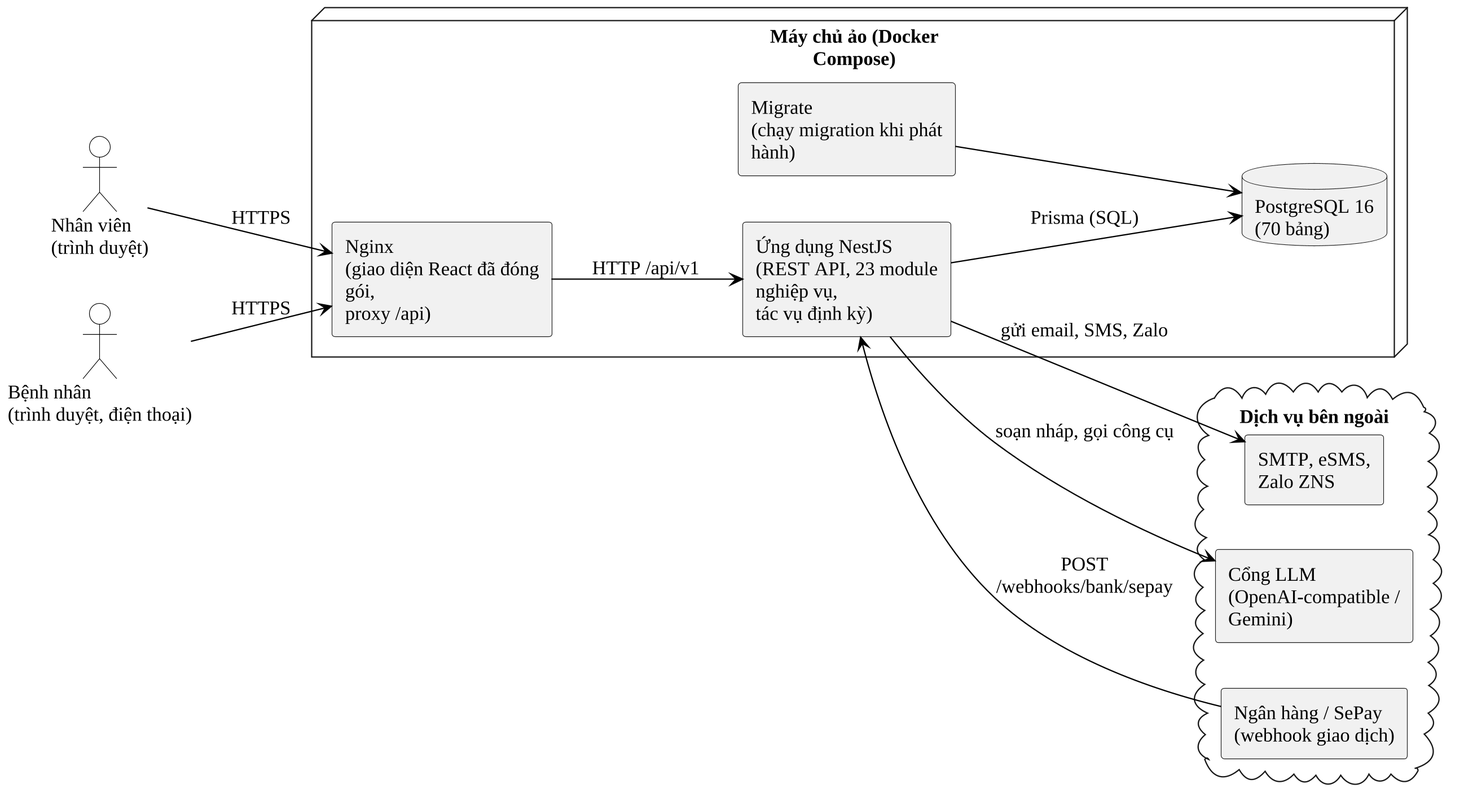
This is docs/10_Thesis/bao-cao/hinh/3-1-kien-truc.png from Trantuan0310/dental-clinic-nestjs-react, a PlantUML export, as it was before one commit.
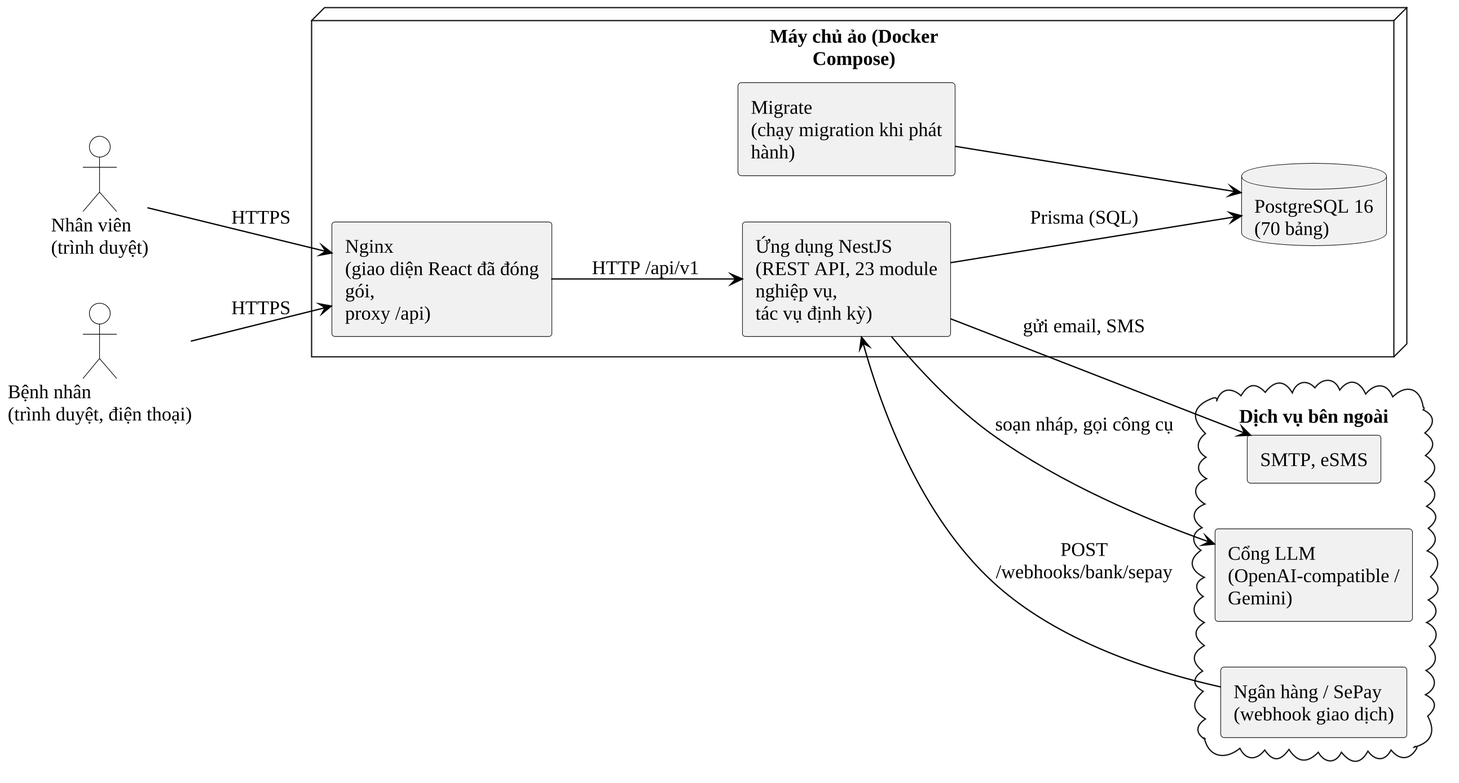
The same diagram one commit later.

Diff of the diagram source:
```diff
@@ -12,7 +12,7 @@
 }
 cloud "Dịch vụ bên ngoài" {
   component "Ngân hàng / SePay\n(webhook giao dịch)" as BANK
-  component "SMTP, eSMS,\nZalo ZNS" as MSG
+  component "SMTP, eSMS" as MSG
   component "Cổng LLM\n(OpenAI-compatible / Gemini)" as LLM
 }
 NV --> WEB : HTTPS
@@ -21,6 +21,6 @@
 API --> DB : Prisma (SQL)
 MIG --> DB
 BANK --> API : POST /webhooks/bank/sepay
-API --> MSG : gửi email, SMS, Zalo
+API --> MSG : gửi email, SMS
 API --> LLM : soạn nháp, gọi công cụ
 @enduml
```
